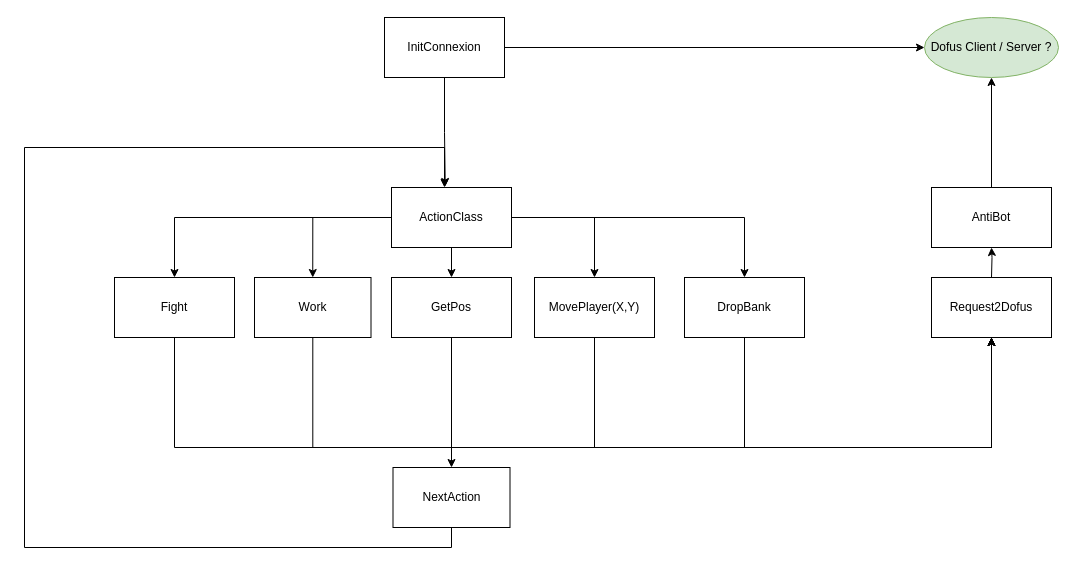
This is ArchitectureBot.drawio from RJSOG/PyDofusBot, a draw.io file, before an edit. Source tidied: cells renumbered, new cells numbered last; positions are measured from the earlier drawing's top-left corner, leaving out a move shared by most shapes. Both pictures are drawn from the tidied source at 100%, with x=0, y=0 at pixel (24, 17).
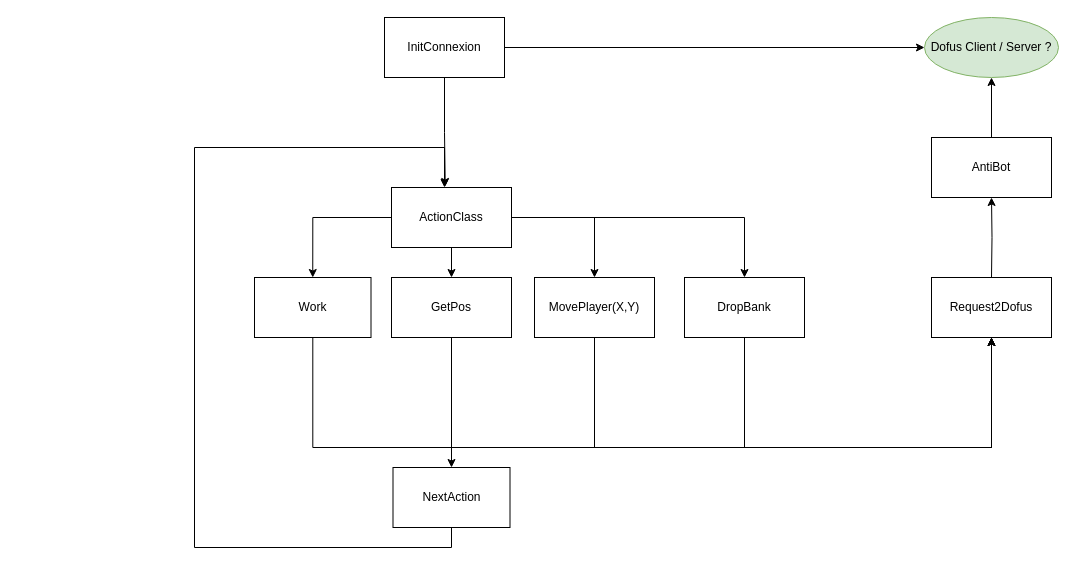
After the change.

The change refers to these unchanged cells:
```xml
<mxCell id="4" value="Request2Dofus" style="rounded=0;whiteSpace=wrap;html=1;" parent="1" vertex="1">
  <mxGeometry x="907" y="260" width="120" height="60" as="geometry" />
</mxCell>
<mxCell id="13" value="ActionClass" style="rounded=0;whiteSpace=wrap;html=1;" parent="1" vertex="1">
  <mxGeometry x="367" y="170" width="120" height="60" as="geometry" />
</mxCell>
<mxCell id="28" value="NextAction" style="rounded=0;whiteSpace=wrap;html=1;" parent="1" vertex="1">
  <mxGeometry x="368.5" y="450" width="117" height="60" as="geometry" />
</mxCell>
```

The edit, as a diff of the source:
```diff
@@
-    <mxCell id="11" style="edgeStyle=orthogonalEdgeStyle;rounded=0;jettySize=auto;html=1;startArrow=none;startFill=0;" parent="1" edge="1" source="13" target="19">
-      <mxGeometry relative="1" as="geometry" />
-    </mxCell>
@@
-    <mxCell id="18" style="edgeStyle=orthogonalEdgeStyle;rounded=0;jettySize=auto;html=1;startArrow=none;startFill=0;" parent="1" edge="1" source="19" target="4">
-      <mxGeometry relative="1" as="geometry">
-        <Array as="points">
-          <mxPoint x="150" y="430" />
-          <mxPoint x="967" y="430" />
-        </Array>
-      </mxGeometry>
-    </mxCell>
-    <mxCell id="19" value="Fight" style="rounded=0;whiteSpace=wrap;html=1;" parent="1" vertex="1">
-      <mxGeometry x="90" y="260" width="120" height="60" as="geometry" />
-    </mxCell>
@@
     <mxCell id="26" value="AntiBot" style="rounded=0;whiteSpace=wrap;html=1;" parent="1" vertex="1">
-      <mxGeometry x="907" y="170" width="120" height="60" as="geometry" />
+      <mxGeometry x="907" y="120" width="120" height="60" as="geometry" />
     </mxCell>
     <mxCell id="27" style="edgeStyle=orthogonalEdgeStyle;rounded=0;jettySize=auto;html=1;startArrow=none;startFill=0;" parent="1" edge="1" source="28">
       <mxGeometry relative="1" as="geometry">
         <mxPoint x="420" y="170" as="targetPoint" />
         <Array as="points">
           <mxPoint x="427" y="530" />
-          <mxPoint y="530" />
-          <mxPoint y="130" />
+          <mxPoint x="170" y="530" />
+          <mxPoint x="170" y="130" />
           <mxPoint x="420" y="130" />
-          <mxPoint x="420" y="170" />
         </Array>
       </mxGeometry>
     </mxCell>
```
